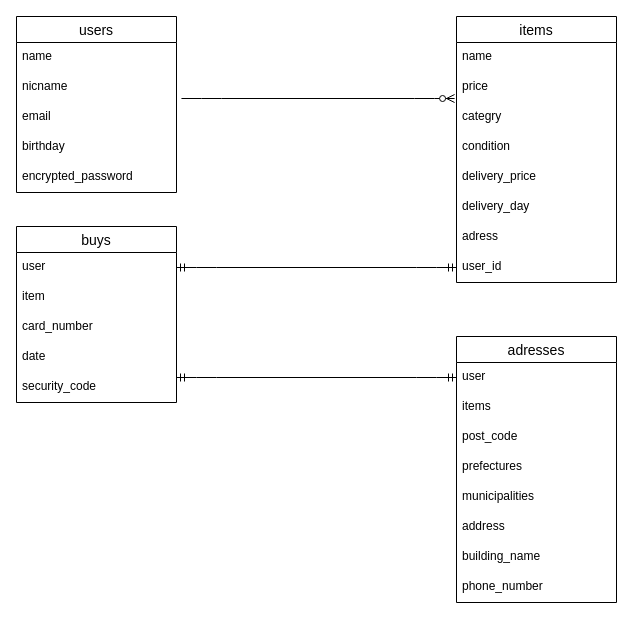
Before: furima.dio in oda27/furima-38275, a draw.io diagram. Source tidied: cells renumbered, new cells numbered last; positions are measured from the earlier drawing's top-left corner, leaving out a move shared by most shapes. Both pictures are drawn from the tidied source at 100%, with x=0, y=0 at pixel (16, 16).
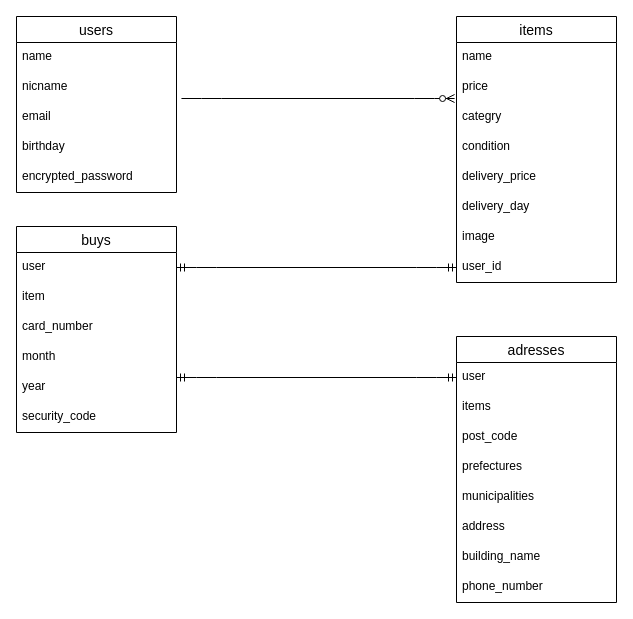
After the change.

Commit message (it also covers changes not shown here):
データベース設計

The change refers to these unchanged cells:
```xml
<mxCell id="23" value="items" style="swimlane;fontStyle=0;horizontal=1;startSize=26;align=center;fontSize=14;" parent="1" vertex="1">
  <mxGeometry x="440" width="160" height="266" as="geometry" />
</mxCell>
```

What changed in the source:
```diff
@@
     <mxCell id="8" value="buys" style="swimlane;fontStyle=0;horizontal=1;startSize=26;align=center;fontSize=14;" parent="1" vertex="1">
-      <mxGeometry y="210" width="160" height="176" as="geometry" />
+      <mxGeometry y="210" width="160" height="206" as="geometry" />
     </mxCell>
@@
-    <mxCell id="12" value="date" style="text;strokeColor=none;fillColor=none;spacingLeft=4;spacingRight=4;overflow=hidden;fontSize=12;" parent="8" vertex="1">
+    <mxCell id="12" value="month" style="text;strokeColor=none;fillColor=none;spacingLeft=4;spacingRight=4;overflow=hidden;fontSize=12;" parent="8" vertex="1">
       <mxGeometry y="116" width="160" height="30" as="geometry" />
     </mxCell>
+    <mxCell id="36" value="year" style="text;strokeColor=none;fillColor=none;spacingLeft=4;spacingRight=4;overflow=hidden;fontSize=12;" parent="8" vertex="1">
+      <mxGeometry y="146" width="160" height="30" as="geometry" />
+    </mxCell>
     <mxCell id="13" value="security_code" style="text;strokeColor=none;fillColor=none;spacingLeft=4;spacingRight=4;overflow=hidden;fontSize=12;" parent="8" vertex="1">
-      <mxGeometry y="146" width="160" height="30" as="geometry" />
+      <mxGeometry y="176" width="160" height="30" as="geometry" />
     </mxCell>
@@
-    <mxCell id="30" value="adress" style="text;strokeColor=none;fillColor=none;spacingLeft=4;spacingRight=4;overflow=hidden;fontSize=12;" parent="23" vertex="1">
+    <mxCell id="30" value="image" style="text;strokeColor=none;fillColor=none;spacingLeft=4;spacingRight=4;overflow=hidden;fontSize=12;" parent="23" vertex="1">
       <mxGeometry y="206" width="160" height="30" as="geometry" />
     </mxCell>
```
